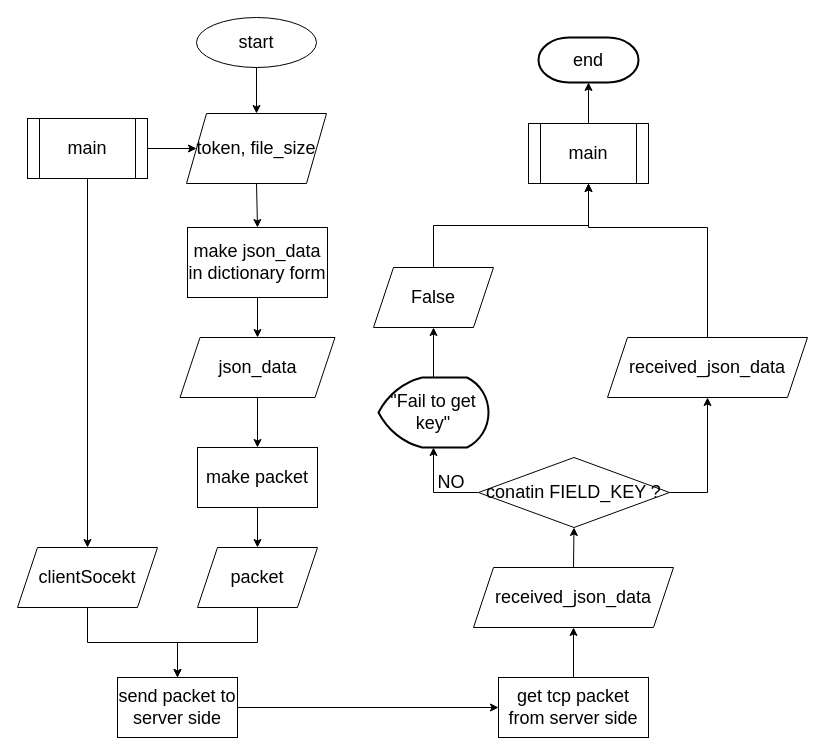
Earlier version of the draw.io diagram page "fetch uploading plan" (4 of 5) of Untitled Diagram.drawio (1102131860/CAN201). Source tidied: cells renumbered, new cells numbered last; positions are measured from the earlier drawing's top-left corner, leaving out a move shared by most shapes. Both pictures are drawn from the tidied source at 100%, with x=0, y=0 at pixel (17, 17).
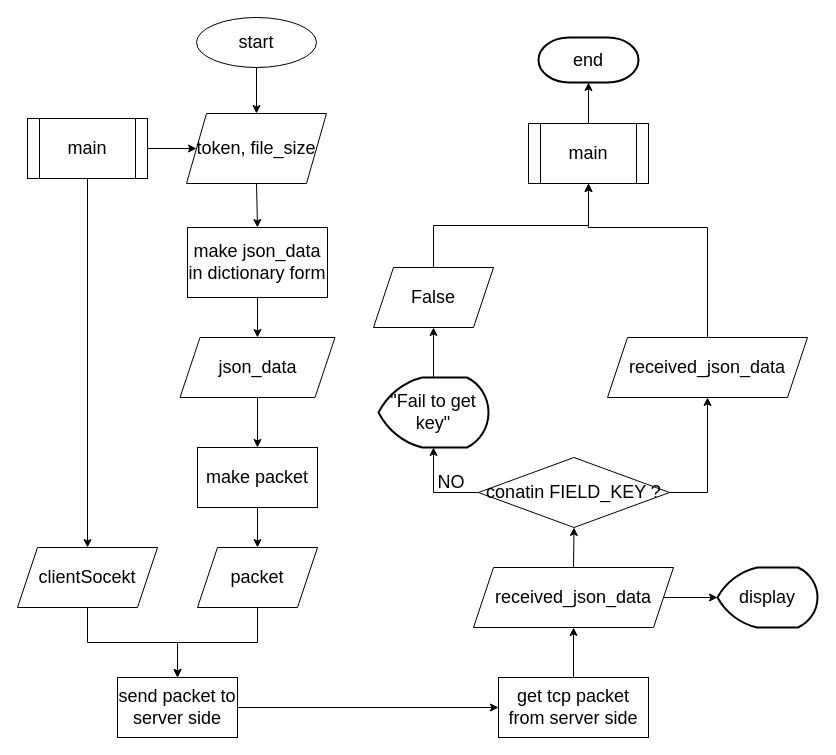
The same diagram, later.

The change refers to these unchanged cells:
```xml
<mxCell id="23" value="received_json_data" style="shape=parallelogram;perimeter=parallelogramPerimeter;whiteSpace=wrap;html=1;fixedSize=1;fontSize=18;" parent="1" vertex="1">
  <mxGeometry x="456" y="550" width="200" height="60" as="geometry" />
</mxCell>
```

What changed in the source:
```diff
@@
+    <mxCell id="38" style="edgeStyle=orthogonalEdgeStyle;rounded=0;jettySize=auto;html=1;fontSize=18;entryX=0;entryY=0.5;entryDx=0;entryDy=0;entryPerimeter=0;exitX=1;exitY=0.5;exitDx=0;exitDy=0;" parent="1" edge="1" source="23" target="39">
+      <mxGeometry relative="1" as="geometry" />
+    </mxCell>
@@
+    <mxCell id="39" value="display" style="strokeWidth=2;html=1;shape=mxgraph.flowchart.display;whiteSpace=wrap;fontSize=18;" parent="1" vertex="1">
+      <mxGeometry x="700" y="550" width="100" height="60" as="geometry" />
+    </mxCell>
```
